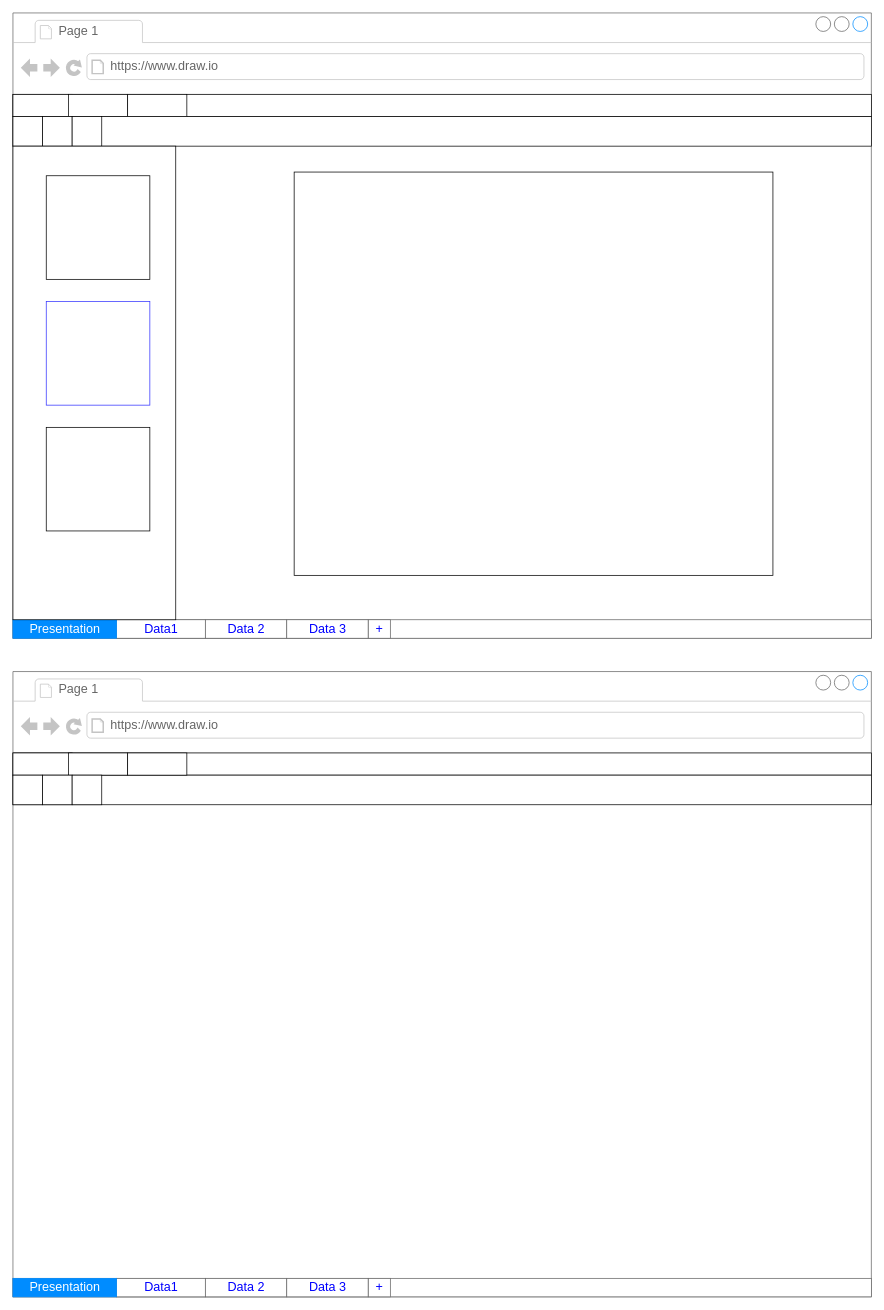
srirampmalladi/officio-mockups keeps this draw.io diagram as mockups/Officio - SM.drawio. Above is the earlier version. Source tidied: cells renumbered, new cells numbered last; positions are measured from the earlier drawing's top-left corner, leaving out a move shared by most shapes. Both pictures are drawn from the tidied source at 74%, with x=0, y=0 at pixel (13, 13).
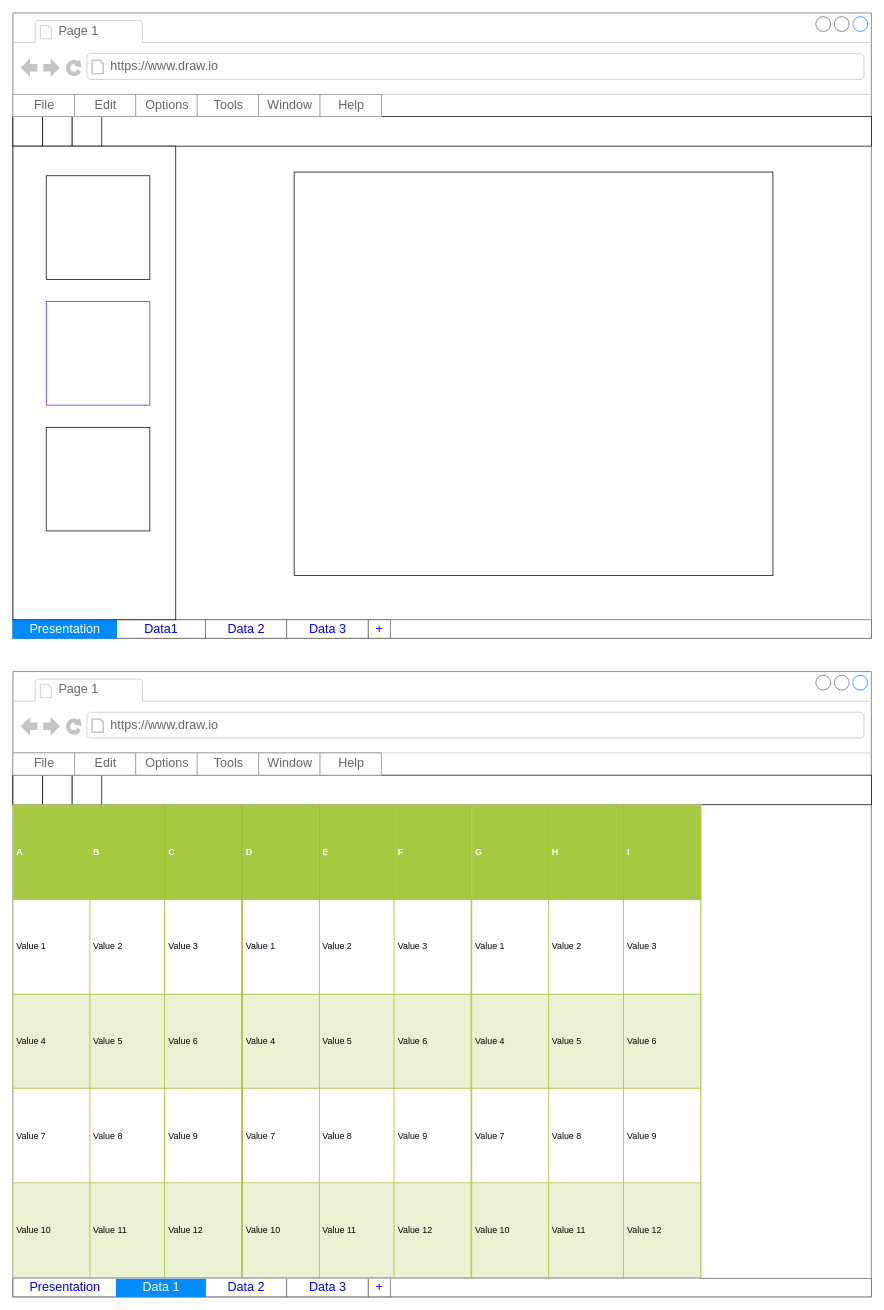
The same diagram, later.

Unchanged cells that the change refers to:
```xml
<mxCell id="2" style="strokeWidth=1;shadow=0;dashed=0;align=center;html=1;shape=mxgraph.mockup.containers.browserWindow;rSize=0;strokeColor=#666666;strokeColor2=#008cff;strokeColor3=#c4c4c4;mainText=,;" parent="1" vertex="1">
  <mxGeometry width="1160" height="845" as="geometry" />
</mxCell>
<mxCell id="24" style="strokeWidth=1;shadow=0;dashed=0;align=center;html=1;shape=mxgraph.mockup.containers.browserWindow;rSize=0;strokeColor=#666666;strokeColor2=#008cff;strokeColor3=#c4c4c4;mainText=,;" parent="1" vertex="1">
  <mxGeometry y="890" width="1160" height="845" as="geometry" />
</mxCell>
<mxCell id="35" style="strokeWidth=1;shadow=0;dashed=0;align=center;html=1;shape=mxgraph.mockup.text.rrect;rSize=0;strokeColor=#666666;" parent="24" vertex="1">
  <mxGeometry y="820" width="1160" height="25" as="geometry" />
</mxCell>
```

Diff of the diagram source:
```diff
@@
-    <mxCell id="5" style="rounded=0;whiteSpace=wrap;html=1;" parent="2" vertex="1">
-      <mxGeometry y="110" width="1160" height="30" as="geometry" />
-    </mxCell>
@@
-    <mxCell id="7" style="rounded=0;whiteSpace=wrap;html=1;" parent="2" vertex="1">
-      <mxGeometry y="110" width="80" height="30" as="geometry" />
-    </mxCell>
-    <mxCell id="8" style="rounded=0;whiteSpace=wrap;html=1;" parent="2" vertex="1">
-      <mxGeometry x="75" y="110" width="80" height="30" as="geometry" />
-    </mxCell>
-    <mxCell id="9" style="rounded=0;whiteSpace=wrap;html=1;" parent="2" vertex="1">
-      <mxGeometry x="155" y="110" width="80" height="30" as="geometry" />
-    </mxCell>
@@
+    <mxCell id="41" style="strokeWidth=1;shadow=0;dashed=0;align=center;html=1;shape=mxgraph.mockup.forms.rrect;rSize=0;strokeColor=#999999;fillColor=#FFFFFF;" parent="2" vertex="1">
+      <mxGeometry y="110" width="498" height="30" as="geometry" />
+    </mxCell>
+    <mxCell id="42" value="File" style="strokeColor=inherit;fillColor=inherit;gradientColor=inherit;strokeWidth=1;shadow=0;dashed=0;align=center;html=1;shape=mxgraph.mockup.forms.rrect;rSize=0;fontSize=17;fontColor=#666666;" parent="41" vertex="1">
+      <mxGeometry width="83" height="30" as="geometry" />
+    </mxCell>
+    <mxCell id="43" value="Edit" style="strokeColor=inherit;fillColor=inherit;gradientColor=inherit;strokeWidth=1;shadow=0;dashed=0;align=center;html=1;shape=mxgraph.mockup.forms.rrect;rSize=0;fontSize=17;fontColor=#666666;" parent="41" vertex="1">
+      <mxGeometry x="83" width="83" height="30" as="geometry" />
+    </mxCell>
+    <mxCell id="44" value="Options" style="strokeColor=inherit;fillColor=inherit;gradientColor=inherit;strokeWidth=1;shadow=0;dashed=0;align=center;html=1;shape=mxgraph.mockup.forms.rrect;rSize=0;fontSize=17;fontColor=#666666;" parent="41" vertex="1">
+      <mxGeometry x="166" width="83" height="30" as="geometry" />
+    </mxCell>
+    <mxCell id="45" value="Tools" style="strokeColor=inherit;fillColor=inherit;gradientColor=inherit;strokeWidth=1;shadow=0;dashed=0;align=center;html=1;shape=mxgraph.mockup.forms.rrect;rSize=0;fontSize=17;fontColor=#666666;" parent="41" vertex="1">
+      <mxGeometry x="249" width="83" height="30" as="geometry" />
+    </mxCell>
+    <mxCell id="46" value="Window" style="strokeColor=inherit;fillColor=inherit;gradientColor=inherit;strokeWidth=1;shadow=0;dashed=0;align=center;html=1;shape=mxgraph.mockup.forms.rrect;rSize=0;fontSize=17;fontColor=#666666;" parent="41" vertex="1">
+      <mxGeometry x="332" width="83" height="30" as="geometry" />
+    </mxCell>
+    <mxCell id="47" value="Help" style="strokeColor=inherit;fillColor=inherit;gradientColor=inherit;strokeWidth=1;shadow=0;dashed=0;align=center;html=1;shape=mxgraph.mockup.forms.rrect;rSize=0;fontSize=17;fontColor=#666666;" parent="41" vertex="1">
+      <mxGeometry x="415" width="83" height="30" as="geometry" />
+    </mxCell>
@@
-    <mxCell id="27" style="rounded=0;whiteSpace=wrap;html=1;" parent="24" vertex="1">
-      <mxGeometry y="110" width="1160" height="30" as="geometry" />
-    </mxCell>
@@
-    <mxCell id="29" style="rounded=0;whiteSpace=wrap;html=1;" parent="24" vertex="1">
-      <mxGeometry y="110" width="80" height="30" as="geometry" />
-    </mxCell>
-    <mxCell id="30" style="rounded=0;whiteSpace=wrap;html=1;" parent="24" vertex="1">
-      <mxGeometry x="75" y="110" width="80" height="30" as="geometry" />
-    </mxCell>
-    <mxCell id="31" style="rounded=0;whiteSpace=wrap;html=1;" parent="24" vertex="1">
-      <mxGeometry x="155" y="110" width="80" height="30" as="geometry" />
-    </mxCell>
@@
-    <mxCell id="36" value="Data1" style="strokeColor=inherit;fillColor=inherit;gradientColor=inherit;strokeWidth=1;shadow=0;dashed=0;align=center;html=1;shape=mxgraph.mockup.text.rrect;rSize=0;fontSize=17;fontColor=#0000ff;" parent="35" vertex="1">
-      <mxGeometry x="140" width="120" height="25" as="geometry" />
+    <mxCell id="36" value="&lt;div&gt;Presentation&lt;/div&gt;" style="strokeColor=inherit;fillColor=inherit;gradientColor=inherit;strokeWidth=1;shadow=0;dashed=0;align=center;html=1;shape=mxgraph.mockup.text.rrect;rSize=0;fontSize=17;fontColor=#0000ff;" parent="35" vertex="1">
+      <mxGeometry width="140" height="25" as="geometry" />
     </mxCell>
@@
-    <mxCell id="38" value="Presentation" style="strokeWidth=1;shadow=0;dashed=0;align=center;html=1;shape=mxgraph.mockup.text.rrect;rSize=0;fontSize=17;fontColor=#ffffff;fillColor=#008cff;strokeColor=#008cff;" parent="35" vertex="1">
-      <mxGeometry width="140" height="25" as="geometry" />
-    </mxCell>
@@
+    <mxCell id="38" value="&lt;div&gt;Data 1&lt;/div&gt;" style="strokeWidth=1;shadow=0;dashed=0;align=center;html=1;shape=mxgraph.mockup.text.rrect;rSize=0;fontSize=17;fontColor=#ffffff;fillColor=#008cff;strokeColor=#008cff;" parent="35" vertex="1">
+      <mxGeometry x="140" width="120" height="25" as="geometry" />
+    </mxCell>
+    <mxCell id="48" style="strokeWidth=1;shadow=0;dashed=0;align=center;html=1;shape=mxgraph.mockup.forms.rrect;rSize=0;strokeColor=#999999;fillColor=#FFFFFF;" parent="24" vertex="1">
+      <mxGeometry y="110" width="498" height="30" as="geometry" />
+    </mxCell>
+    <mxCell id="49" value="File" style="strokeColor=inherit;fillColor=inherit;gradientColor=inherit;strokeWidth=1;shadow=0;dashed=0;align=center;html=1;shape=mxgraph.mockup.forms.rrect;rSize=0;fontSize=17;fontColor=#666666;" parent="48" vertex="1">
+      <mxGeometry width="83" height="30" as="geometry" />
+    </mxCell>
+    <mxCell id="50" value="Edit" style="strokeColor=inherit;fillColor=inherit;gradientColor=inherit;strokeWidth=1;shadow=0;dashed=0;align=center;html=1;shape=mxgraph.mockup.forms.rrect;rSize=0;fontSize=17;fontColor=#666666;" parent="48" vertex="1">
+      <mxGeometry x="83" width="83" height="30" as="geometry" />
+    </mxCell>
+    <mxCell id="51" value="Options" style="strokeColor=inherit;fillColor=inherit;gradientColor=inherit;strokeWidth=1;shadow=0;dashed=0;align=center;html=1;shape=mxgraph.mockup.forms.rrect;rSize=0;fontSize=17;fontColor=#666666;" parent="48" vertex="1">
+      <mxGeometry x="166" width="83" height="30" as="geometry" />
+    </mxCell>
+    <mxCell id="52" value="Tools" style="strokeColor=inherit;fillColor=inherit;gradientColor=inherit;strokeWidth=1;shadow=0;dashed=0;align=center;html=1;shape=mxgraph.mockup.forms.rrect;rSize=0;fontSize=17;fontColor=#666666;" parent="48" vertex="1">
+      <mxGeometry x="249" width="83" height="30" as="geometry" />
+    </mxCell>
+    <mxCell id="53" value="Window" style="strokeColor=inherit;fillColor=inherit;gradientColor=inherit;strokeWidth=1;shadow=0;dashed=0;align=center;html=1;shape=mxgraph.mockup.forms.rrect;rSize=0;fontSize=17;fontColor=#666666;" parent="48" vertex="1">
+      <mxGeometry x="332" width="83" height="30" as="geometry" />
+    </mxCell>
+    <mxCell id="54" value="Help" style="strokeColor=inherit;fillColor=inherit;gradientColor=inherit;strokeWidth=1;shadow=0;dashed=0;align=center;html=1;shape=mxgraph.mockup.forms.rrect;rSize=0;fontSize=17;fontColor=#666666;" parent="48" vertex="1">
+      <mxGeometry x="415" width="83" height="30" as="geometry" />
+    </mxCell>
+    <mxCell id="55" value="&lt;table style=&quot;width:100%;height:100%;border-collapse:collapse;&quot; width=&quot;100%&quot; height=&quot;100%&quot; cellpadding=&quot;4&quot; border=&quot;1&quot;&gt;&lt;tbody&gt;&lt;tr style=&quot;background-color:#A7C942;color:#ffffff;border:1px solid #98bf21;&quot;&gt;&lt;th align=&quot;left&quot;&gt;A&lt;/th&gt;&lt;th align=&quot;left&quot;&gt;B&lt;/th&gt;&lt;th align=&quot;left&quot;&gt;C&lt;br&gt;&lt;/th&gt;&lt;/tr&gt;&lt;tr style=&quot;border:1px solid #98bf21;&quot;&gt;&lt;td&gt;Value 1&lt;/td&gt;&lt;td&gt;Value 2&lt;/td&gt;&lt;td&gt;Value 3&lt;/td&gt;&lt;/tr&gt;&lt;tr style=&quot;background-color:#EAF2D3;border:1px solid #98bf21;&quot;&gt;&lt;td&gt;Value 4&lt;/td&gt;&lt;td&gt;Value 5&lt;/td&gt;&lt;td&gt;Value 6&lt;/td&gt;&lt;/tr&gt;&lt;tr style=&quot;border:1px solid #98bf21;&quot;&gt;&lt;td&gt;Value 7&lt;/td&gt;&lt;td&gt;Value 8&lt;/td&gt;&lt;td&gt;Value 9&lt;/td&gt;&lt;/tr&gt;&lt;tr style=&quot;background-color:#EAF2D3;border:1px solid #98bf21;&quot;&gt;&lt;td&gt;Value 10&lt;/td&gt;&lt;td&gt;Value 11&lt;/td&gt;&lt;td&gt;Value 12&lt;/td&gt;&lt;/tr&gt;&lt;/tbody&gt;&lt;/table&gt;" style="text;html=1;strokeColor=#c0c0c0;fillColor=#ffffff;overflow=fill;rounded=0;" parent="24" vertex="1">
+      <mxGeometry y="180" width="310" height="640" as="geometry" />
+    </mxCell>
+    <mxCell id="56" value="&lt;table style=&quot;width:100%;height:100%;border-collapse:collapse;&quot; width=&quot;100%&quot; height=&quot;100%&quot; cellpadding=&quot;4&quot; border=&quot;1&quot;&gt;&lt;tbody&gt;&lt;tr style=&quot;background-color:#A7C942;color:#ffffff;border:1px solid #98bf21;&quot;&gt;&lt;th align=&quot;left&quot;&gt;D&lt;/th&gt;&lt;th align=&quot;left&quot;&gt;E&lt;br&gt;&lt;/th&gt;&lt;th align=&quot;left&quot;&gt;F&lt;br&gt;&lt;/th&gt;&lt;/tr&gt;&lt;tr style=&quot;border:1px solid #98bf21;&quot;&gt;&lt;td&gt;Value 1&lt;/td&gt;&lt;td&gt;Value 2&lt;/td&gt;&lt;td&gt;Value 3&lt;/td&gt;&lt;/tr&gt;&lt;tr style=&quot;background-color:#EAF2D3;border:1px solid #98bf21;&quot;&gt;&lt;td&gt;Value 4&lt;/td&gt;&lt;td&gt;Value 5&lt;/td&gt;&lt;td&gt;Value 6&lt;/td&gt;&lt;/tr&gt;&lt;tr style=&quot;border:1px solid #98bf21;&quot;&gt;&lt;td&gt;Value 7&lt;/td&gt;&lt;td&gt;Value 8&lt;/td&gt;&lt;td&gt;Value 9&lt;/td&gt;&lt;/tr&gt;&lt;tr style=&quot;background-color:#EAF2D3;border:1px solid #98bf21;&quot;&gt;&lt;td&gt;Value 10&lt;/td&gt;&lt;td&gt;Value 11&lt;/td&gt;&lt;td&gt;Value 12&lt;/td&gt;&lt;/tr&gt;&lt;/tbody&gt;&lt;/table&gt;" style="text;html=1;strokeColor=#c0c0c0;fillColor=#ffffff;overflow=fill;rounded=0;" parent="24" vertex="1">
+      <mxGeometry x="310" y="180" width="310" height="640" as="geometry" />
+    </mxCell>
+    <mxCell id="57" value="&lt;table style=&quot;width:100%;height:100%;border-collapse:collapse;&quot; width=&quot;100%&quot; height=&quot;100%&quot; cellpadding=&quot;4&quot; border=&quot;1&quot;&gt;&lt;tbody&gt;&lt;tr style=&quot;background-color:#A7C942;color:#ffffff;border:1px solid #98bf21;&quot;&gt;&lt;th align=&quot;left&quot;&gt;G&lt;/th&gt;&lt;th align=&quot;left&quot;&gt;H&lt;/th&gt;&lt;th align=&quot;left&quot;&gt;I&lt;br&gt;&lt;/th&gt;&lt;/tr&gt;&lt;tr style=&quot;border:1px solid #98bf21;&quot;&gt;&lt;td&gt;Value 1&lt;/td&gt;&lt;td&gt;Value 2&lt;/td&gt;&lt;td&gt;Value 3&lt;/td&gt;&lt;/tr&gt;&lt;tr style=&quot;background-color:#EAF2D3;border:1px solid #98bf21;&quot;&gt;&lt;td&gt;Value 4&lt;/td&gt;&lt;td&gt;Value 5&lt;/td&gt;&lt;td&gt;Value 6&lt;/td&gt;&lt;/tr&gt;&lt;tr style=&quot;border:1px solid #98bf21;&quot;&gt;&lt;td&gt;Value 7&lt;/td&gt;&lt;td&gt;Value 8&lt;/td&gt;&lt;td&gt;Value 9&lt;/td&gt;&lt;/tr&gt;&lt;tr style=&quot;background-color:#EAF2D3;border:1px solid #98bf21;&quot;&gt;&lt;td&gt;Value 10&lt;/td&gt;&lt;td&gt;Value 11&lt;/td&gt;&lt;td&gt;Value 12&lt;/td&gt;&lt;/tr&gt;&lt;/tbody&gt;&lt;/table&gt;" style="text;html=1;strokeColor=#c0c0c0;fillColor=#ffffff;overflow=fill;rounded=0;" parent="24" vertex="1">
+      <mxGeometry x="620" y="180" width="310" height="640" as="geometry" />
+    </mxCell>
```
